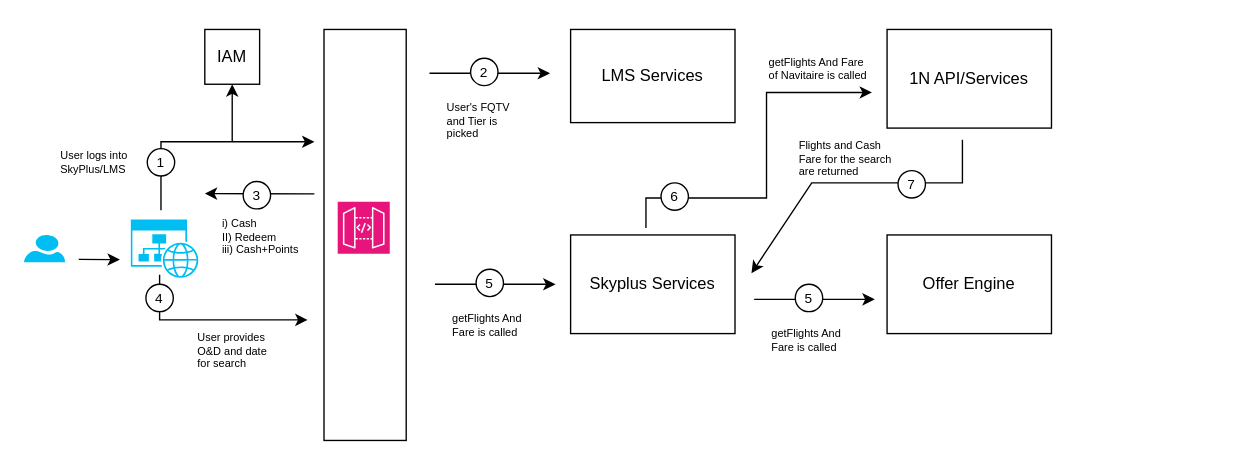
This is LM Data Flow.drawio from nchauhan4/drawings, a draw.io file, before an edit. Source tidied: cells renumbered, new cells numbered last; positions are measured from the earlier drawing's top-left corner, leaving out a move shared by most shapes. Both pictures are drawn from the tidied source at 137%, with x=0, y=0 at pixel (23, 29).
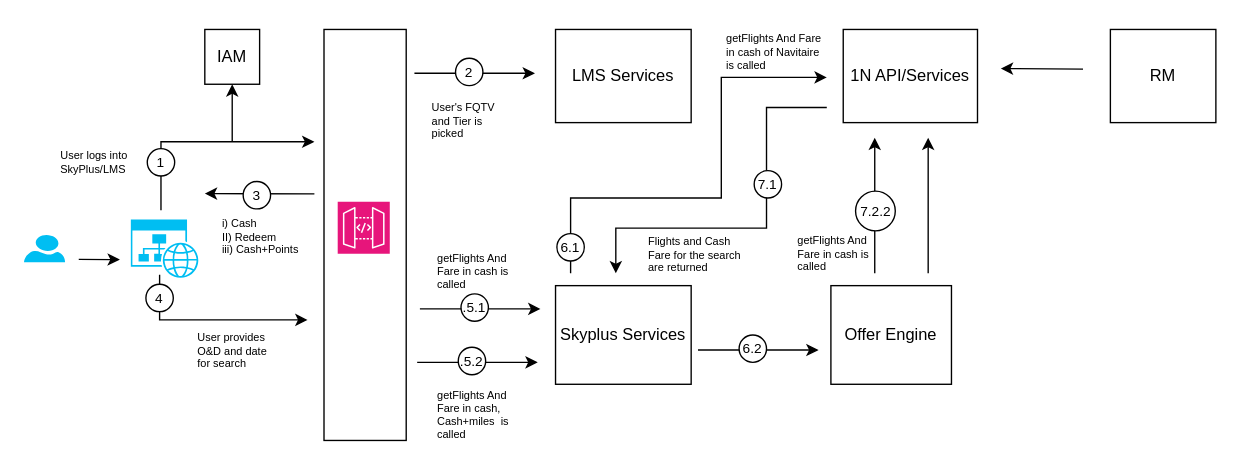
Above is the later version.

The edit, as a diff of the source:
```diff
@@
+    <mxCell id="45" style="endArrow=classic;html=1;rounded=0;" parent="1" edge="1">
+      <mxGeometry relative="1" as="geometry">
+        <mxPoint x="621" y="178" as="sourcePoint" />
+        <mxPoint x="621" y="79" as="targetPoint" />
+      </mxGeometry>
+    </mxCell>
+    <mxCell id="46" style="ellipse;whiteSpace=wrap;html=1;" parent="1" vertex="1">
+      <mxGeometry x="607" y="118" width="29" height="29" as="geometry" />
+    </mxCell>
+    <mxCell id="47" value="&lt;span style=&quot;font-size: 10px;&quot;&gt;7.2.2&lt;/span&gt;" style="text;html=1;strokeColor=none;fillColor=none;align=center;verticalAlign=middle;whiteSpace=wrap;rounded=0;" parent="1" vertex="1">
+      <mxGeometry x="597" y="116" width="50" height="33.5" as="geometry" />
+    </mxCell>
@@
     <mxCell id="21" value="LMS Services" style="rounded=0;whiteSpace=wrap;html=1;" parent="1" vertex="1">
-      <mxGeometry x="399" width="120" height="68" as="geometry" />
+      <mxGeometry x="388" width="99" height="68" as="geometry" />
     </mxCell>
     <mxCell id="22" value="Skyplus Services" style="rounded=0;whiteSpace=wrap;html=1;" parent="1" vertex="1">
-      <mxGeometry x="399" y="150" width="120" height="72" as="geometry" />
+      <mxGeometry x="388" y="187" width="99" height="72" as="geometry" />
     </mxCell>
     <mxCell id="23" style="endArrow=classic;html=1;rounded=0;" parent="1" edge="1">
       <mxGeometry relative="1" as="geometry">
-        <mxPoint x="300" y="186" as="sourcePoint" />
-        <mxPoint x="388" y="186" as="targetPoint" />
+        <mxPoint x="289" y="204" as="sourcePoint" />
+        <mxPoint x="377" y="204" as="targetPoint" />
       </mxGeometry>
     </mxCell>
     <mxCell id="24" style="ellipse;whiteSpace=wrap;html=1;" parent="1" vertex="1">
-      <mxGeometry x="330" y="175" width="20" height="20" as="geometry" />
+      <mxGeometry x="319" y="193" width="20" height="20" as="geometry" />
     </mxCell>
-    <mxCell id="25" value="&lt;font style=&quot;font-size: 10px;&quot;&gt;5&lt;/font&gt;" style="text;html=1;strokeColor=none;fillColor=none;align=center;verticalAlign=middle;whiteSpace=wrap;rounded=0;" parent="1" vertex="1">
-      <mxGeometry x="325" y="175" width="30" height="20" as="geometry" />
+    <mxCell id="25" value="&lt;font style=&quot;font-size: 10px;&quot;&gt;.5.1&lt;/font&gt;" style="text;html=1;strokeColor=none;fillColor=none;align=center;verticalAlign=middle;whiteSpace=wrap;rounded=0;" parent="1" vertex="1">
+      <mxGeometry x="314" y="193" width="30" height="20" as="geometry" />
     </mxCell>
-    <mxCell id="26" value="getFlights And Fare is called" style="text;html=1;strokeColor=none;fillColor=none;align=left;verticalAlign=top;whiteSpace=wrap;rounded=0;fontSize=8;" parent="1" vertex="1">
-      <mxGeometry x="310.8" y="200" width="58.5" height="33" as="geometry" />
+    <mxCell id="26" value="getFlights And Fare in cash is called" style="text;html=1;strokeColor=none;fillColor=none;align=left;verticalAlign=top;whiteSpace=wrap;rounded=0;fontSize=8;" parent="1" vertex="1">
+      <mxGeometry x="299.8" y="156" width="58.5" height="33" as="geometry" />
     </mxCell>
     <mxCell id="27" value="Offer Engine" style="rounded=0;whiteSpace=wrap;html=1;" parent="1" vertex="1">
-      <mxGeometry x="630" y="150" width="120" height="72" as="geometry" />
+      <mxGeometry x="589" y="187" width="88" height="72" as="geometry" />
     </mxCell>
     <mxCell id="28" style="endArrow=classic;html=1;rounded=0;" parent="1" edge="1">
       <mxGeometry relative="1" as="geometry">
-        <mxPoint x="454" y="145" as="sourcePoint" />
-        <mxPoint x="619" y="46" as="targetPoint" />
+        <mxPoint x="399" y="178" as="sourcePoint" />
+        <mxPoint x="586" y="35" as="targetPoint" />
         <Array as="points">
-          <mxPoint x="454" y="123" />
-          <mxPoint x="542" y="123" />
-          <mxPoint x="542" y="46" />
-          <mxPoint x="597" y="46" />
+          <mxPoint x="399" y="123" />
+          <mxPoint x="509" y="123" />
+          <mxPoint x="509" y="90" />
+          <mxPoint x="509" y="35" />
+          <mxPoint x="542" y="35" />
         </Array>
       </mxGeometry>
     </mxCell>
     <mxCell id="29" style="ellipse;whiteSpace=wrap;html=1;" parent="1" vertex="1">
-      <mxGeometry x="465" y="112" width="20" height="20" as="geometry" />
+      <mxGeometry x="389" y="149" width="20" height="20" as="geometry" />
     </mxCell>
-    <mxCell id="30" value="&lt;span style=&quot;font-size: 10px;&quot;&gt;6&lt;/span&gt;" style="text;html=1;strokeColor=none;fillColor=none;align=center;verticalAlign=middle;whiteSpace=wrap;rounded=0;" parent="1" vertex="1">
-      <mxGeometry x="460" y="112" width="30" height="20" as="geometry" />
+    <mxCell id="30" value="&lt;span style=&quot;font-size: 10px;&quot;&gt;6.1&lt;/span&gt;" style="text;html=1;strokeColor=none;fillColor=none;align=center;verticalAlign=middle;whiteSpace=wrap;rounded=0;" parent="1" vertex="1">
+      <mxGeometry x="384" y="149" width="30" height="20" as="geometry" />
     </mxCell>
     <mxCell id="31" value="1N API/Services" style="rounded=0;whiteSpace=wrap;html=1;" parent="1" vertex="1">
-      <mxGeometry x="630" width="120" height="72" as="geometry" />
+      <mxGeometry x="598" width="98" height="68" as="geometry" />
     </mxCell>
-    <mxCell id="32" value="getFlights And Fare of Navitaire is called" style="text;html=1;strokeColor=none;fillColor=none;align=left;verticalAlign=top;whiteSpace=wrap;rounded=0;fontSize=8;" parent="1" vertex="1">
-      <mxGeometry x="542" y="13" width="78.2" height="33" as="geometry" />
+    <mxCell id="32" value="getFlights And Fare in cash of Navitaire is called" style="text;html=1;strokeColor=none;fillColor=none;align=left;verticalAlign=top;whiteSpace=wrap;rounded=0;fontSize=8;" parent="1" vertex="1">
+      <mxGeometry x="510.8" y="-4.5" width="78.2" height="33" as="geometry" />
     </mxCell>
     <mxCell id="33" style="endArrow=classic;html=1;rounded=0;" parent="1" edge="1">
       <mxGeometry relative="1" as="geometry">
-        <mxPoint x="296" y="32" as="sourcePoint" />
-        <mxPoint x="384" y="32" as="targetPoint" />
+        <mxPoint x="285" y="32" as="sourcePoint" />
+        <mxPoint x="373" y="32" as="targetPoint" />
       </mxGeometry>
     </mxCell>
     <mxCell id="34" style="ellipse;whiteSpace=wrap;html=1;" parent="1" vertex="1">
-      <mxGeometry x="326" y="21" width="20" height="20" as="geometry" />
+      <mxGeometry x="315" y="21" width="20" height="20" as="geometry" />
     </mxCell>
     <mxCell id="35" value="&lt;font style=&quot;font-size: 10px;&quot;&gt;2&lt;/font&gt;" style="text;html=1;strokeColor=none;fillColor=none;align=center;verticalAlign=middle;whiteSpace=wrap;rounded=0;" parent="1" vertex="1">
-      <mxGeometry x="321" y="21" width="30" height="20" as="geometry" />
+      <mxGeometry x="310" y="21" width="30" height="20" as="geometry" />
     </mxCell>
     <mxCell id="36" value="User's FQTV and Tier is picked" style="text;html=1;strokeColor=none;fillColor=none;align=left;verticalAlign=top;whiteSpace=wrap;rounded=0;fontSize=8;" parent="1" vertex="1">
-      <mxGeometry x="306.8" y="46" width="58.5" height="33" as="geometry" />
+      <mxGeometry x="295.8" y="46" width="58.5" height="33" as="geometry" />
     </mxCell>
     <mxCell id="37" style="endArrow=classic;html=1;rounded=0;" parent="1" edge="1">
       <mxGeometry relative="1" as="geometry">
-        <mxPoint x="685" y="80.5" as="sourcePoint" />
-        <mxPoint x="531" y="178" as="targetPoint" />
+        <mxPoint x="586" y="57" as="sourcePoint" />
+        <mxPoint x="432" y="178" as="targetPoint" />
         <Array as="points">
-          <mxPoint x="685" y="112" />
-          <mxPoint x="575" y="112" />
+          <mxPoint x="542" y="57" />
+          <mxPoint x="542" y="145" />
+          <mxPoint x="432" y="145" />
         </Array>
       </mxGeometry>
     </mxCell>
     <mxCell id="38" style="ellipse;whiteSpace=wrap;html=1;" parent="1" vertex="1">
-      <mxGeometry x="638" y="103" width="20" height="20" as="geometry" />
+      <mxGeometry x="533" y="103" width="20" height="20" as="geometry" />
     </mxCell>
-    <mxCell id="39" value="&lt;span style=&quot;font-size: 10px;&quot;&gt;7&lt;/span&gt;" style="text;html=1;strokeColor=none;fillColor=none;align=center;verticalAlign=middle;whiteSpace=wrap;rounded=0;" parent="1" vertex="1">
-      <mxGeometry x="633" y="103" width="30" height="20" as="geometry" />
+    <mxCell id="39" value="&lt;span style=&quot;font-size: 10px;&quot;&gt;7.1&lt;/span&gt;" style="text;html=1;strokeColor=none;fillColor=none;align=center;verticalAlign=middle;whiteSpace=wrap;rounded=0;" parent="1" vertex="1">
+      <mxGeometry x="528" y="103" width="30" height="20" as="geometry" />
     </mxCell>
     <mxCell id="40" value="Flights and Cash Fare for the search are returned" style="text;html=1;strokeColor=none;fillColor=none;align=left;verticalAlign=top;whiteSpace=wrap;rounded=0;fontSize=8;" parent="1" vertex="1">
-      <mxGeometry x="564" y="74" width="78.2" height="33" as="geometry" />
+      <mxGeometry x="454" y="143.5" width="78.2" height="33" as="geometry" />
     </mxCell>
     <mxCell id="41" style="endArrow=classic;html=1;rounded=0;" parent="1" edge="1">
       <mxGeometry relative="1" as="geometry">
-        <mxPoint x="533" y="197" as="sourcePoint" />
-        <mxPoint x="621" y="197" as="targetPoint" />
+        <mxPoint x="492" y="234" as="sourcePoint" />
+        <mxPoint x="580" y="234" as="targetPoint" />
       </mxGeometry>
     </mxCell>
     <mxCell id="42" style="ellipse;whiteSpace=wrap;html=1;" parent="1" vertex="1">
-      <mxGeometry x="563" y="186" width="20" height="20" as="geometry" />
+      <mxGeometry x="522" y="223" width="20" height="20" as="geometry" />
     </mxCell>
-    <mxCell id="43" value="&lt;font style=&quot;font-size: 10px;&quot;&gt;5&lt;/font&gt;" style="text;html=1;strokeColor=none;fillColor=none;align=center;verticalAlign=middle;whiteSpace=wrap;rounded=0;" parent="1" vertex="1">
-      <mxGeometry x="558" y="186" width="30" height="20" as="geometry" />
+    <mxCell id="43" value="&lt;span style=&quot;font-size: 10px;&quot;&gt;6.2&lt;/span&gt;" style="text;html=1;strokeColor=none;fillColor=none;align=center;verticalAlign=middle;whiteSpace=wrap;rounded=0;" parent="1" vertex="1">
+      <mxGeometry x="517" y="223" width="30" height="20" as="geometry" />
     </mxCell>
-    <mxCell id="44" value="getFlights And Fare is called" style="text;html=1;strokeColor=none;fillColor=none;align=left;verticalAlign=top;whiteSpace=wrap;rounded=0;fontSize=8;" parent="1" vertex="1">
-      <mxGeometry x="543.8" y="211" width="58.5" height="33" as="geometry" />
+    <mxCell id="44" value="getFlights And Fare in cash is called" style="text;html=1;strokeColor=none;fillColor=none;align=left;verticalAlign=top;whiteSpace=wrap;rounded=0;fontSize=8;" parent="1" vertex="1">
+      <mxGeometry x="563" y="142.5" width="58.5" height="33" as="geometry" />
     </mxCell>
+    <mxCell id="48" style="endArrow=classic;html=1;rounded=0;" parent="1" edge="1">
+      <mxGeometry relative="1" as="geometry">
+        <mxPoint x="287" y="243" as="sourcePoint" />
+        <mxPoint x="375" y="243" as="targetPoint" />
+      </mxGeometry>
+    </mxCell>
+    <mxCell id="49" style="ellipse;whiteSpace=wrap;html=1;" parent="1" vertex="1">
+      <mxGeometry x="317" y="232" width="20" height="20" as="geometry" />
+    </mxCell>
+    <mxCell id="50" value="&lt;font style=&quot;font-size: 10px;&quot;&gt;.5.2&lt;/font&gt;" style="text;html=1;strokeColor=none;fillColor=none;align=center;verticalAlign=middle;whiteSpace=wrap;rounded=0;" parent="1" vertex="1">
+      <mxGeometry x="312" y="232" width="30" height="20" as="geometry" />
+    </mxCell>
+    <mxCell id="51" value="getFlights And Fare in cash, Cash+miles&amp;nbsp; is called" style="text;html=1;strokeColor=none;fillColor=none;align=left;verticalAlign=top;whiteSpace=wrap;rounded=0;fontSize=8;" parent="1" vertex="1">
+      <mxGeometry x="299.8" y="256" width="58.5" height="33" as="geometry" />
+    </mxCell>
+    <mxCell id="52" style="endArrow=classic;html=1;rounded=0;" parent="1" edge="1">
+      <mxGeometry relative="1" as="geometry">
+        <mxPoint x="660" y="178" as="sourcePoint" />
+        <mxPoint x="660" y="79" as="targetPoint" />
+        <Array as="points">
+          <mxPoint x="660" y="156" />
+        </Array>
+      </mxGeometry>
+    </mxCell>
+    <mxCell id="53" value="RM" style="rounded=0;whiteSpace=wrap;html=1;" parent="1" vertex="1">
+      <mxGeometry x="793" width="77" height="68" as="geometry" />
+    </mxCell>
+    <mxCell id="54" style="endArrow=classic;html=1;rounded=0;" parent="1" edge="1">
+      <mxGeometry relative="1" as="geometry">
+        <mxPoint x="773" y="29" as="sourcePoint" />
+        <mxPoint x="713" y="28.5" as="targetPoint" />
+      </mxGeometry>
+    </mxCell>
```
